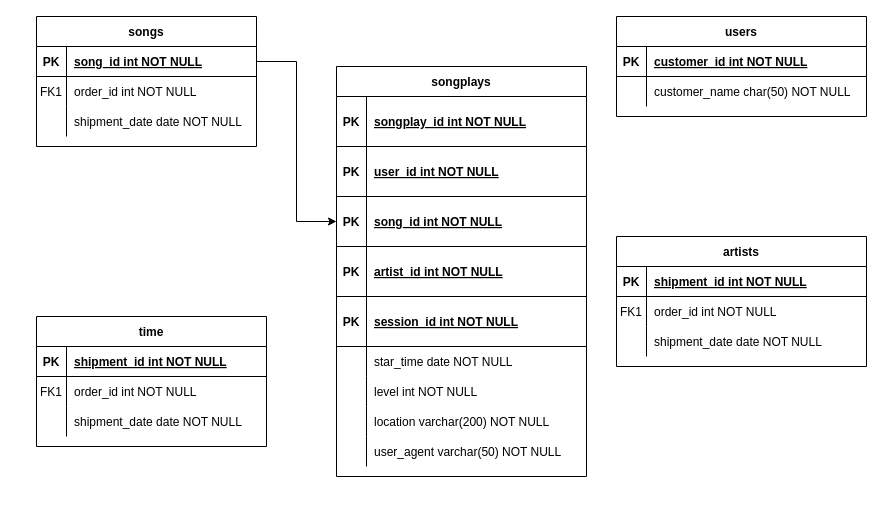
Earlier version of the draw.io diagram Proyecto_Song_Play.drawio (JoserCasachahua/Proyecto_01). Source tidied: cells renumbered, new cells numbered last; positions are measured from the earlier drawing's top-left corner, leaving out a move shared by most shapes. Both pictures are drawn from the tidied source at 100%, with x=0, y=0 at pixel (36, 16).
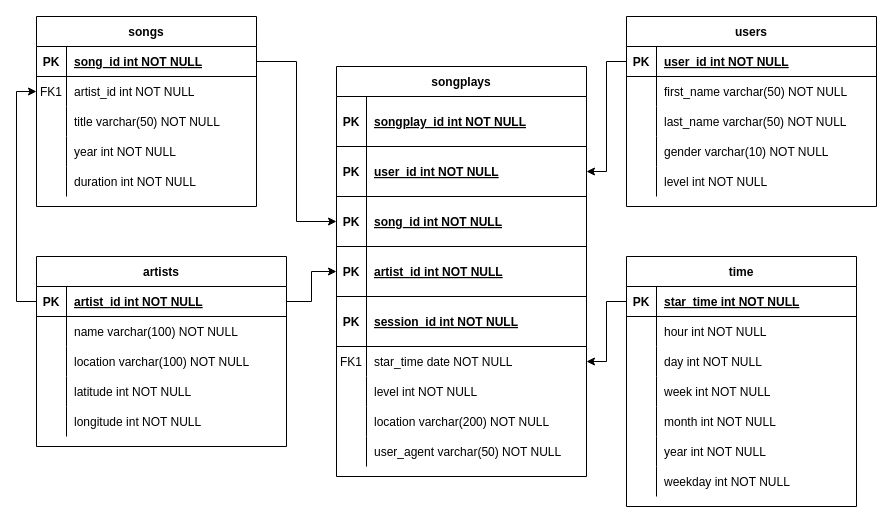
Above is the later version.

The change refers to these unchanged cells:
```xml
<mxCell id="6" style="shape=partialRectangle;fillColor=none;points=[[0,0.5],[1,0.5]];portConstraint=eastwest;top=0;left=0;right=0;bottom=1;" parent="2" vertex="1">
  <mxGeometry y="80" width="250" height="50" as="geometry" />
</mxCell>
<mxCell id="12" style="shape=partialRectangle;fillColor=none;points=[[0,0.5],[1,0.5]];portConstraint=eastwest;top=0;left=0;right=0;bottom=1;" parent="2" vertex="1">
  <mxGeometry y="180" width="250" height="50" as="geometry" />
</mxCell>
<mxCell id="18" style="shape=partialRectangle;fillColor=none;points=[[0,0.5],[1,0.5]];portConstraint=eastwest;top=0;left=0;right=0;bottom=0;" parent="2" vertex="1">
  <mxGeometry y="280" width="250" height="30" as="geometry" />
</mxCell>
<mxCell id="34" style="shape=partialRectangle;fillColor=none;points=[[0,0.5],[1,0.5]];portConstraint=eastwest;top=0;left=0;right=0;bottom=0;" parent="30" vertex="1">
  <mxGeometry y="60" width="220" height="30" as="geometry" />
</mxCell>
<mxCell id="37" style="shape=partialRectangle;fillColor=none;top=0;left=0;right=0;bottom=0;" parent="30" vertex="1">
  <mxGeometry y="90" width="220" height="30" as="geometry" />
</mxCell>
<mxCell id="41" style="shape=partialRectangle;fillColor=none;points=[[0,0.5],[1,0.5]];portConstraint=eastwest;top=0;left=0;right=0;bottom=1;" parent="40" vertex="1">
  <mxGeometry y="30" width="250" height="30" as="geometry" />
</mxCell>
<mxCell id="44" style="shape=partialRectangle;fillColor=none;top=0;left=0;right=0;bottom=0;" parent="40" vertex="1">
  <mxGeometry y="60" width="250" height="30" as="geometry" />
</mxCell>
<mxCell id="48" style="shape=partialRectangle;fillColor=none;points=[[0,0.5],[1,0.5]];portConstraint=eastwest;top=0;left=0;right=0;bottom=1;" parent="47" vertex="1">
  <mxGeometry y="30" width="250" height="30" as="geometry" />
</mxCell>
<mxCell id="51" style="shape=partialRectangle;fillColor=none;top=0;left=0;right=0;bottom=0;" parent="47" vertex="1">
  <mxGeometry y="60" width="250" height="30" as="geometry" />
</mxCell>
<mxCell id="54" style="shape=partialRectangle;fillColor=none;top=0;left=0;right=0;bottom=0;" parent="47" vertex="1">
  <mxGeometry y="90" width="250" height="30" as="geometry" />
</mxCell>
<mxCell id="58" style="shape=partialRectangle;fillColor=none;points=[[0,0.5],[1,0.5]];portConstraint=eastwest;top=0;left=0;right=0;bottom=1;" parent="57" vertex="1">
  <mxGeometry y="30" width="230" height="30" as="geometry" />
</mxCell>
<mxCell id="61" style="shape=partialRectangle;fillColor=none;top=0;left=0;right=0;bottom=0;" parent="57" vertex="1">
  <mxGeometry y="60" width="230" height="30" as="geometry" />
</mxCell>
<mxCell id="64" style="shape=partialRectangle;fillColor=none;top=0;left=0;right=0;bottom=0;" parent="57" vertex="1">
  <mxGeometry y="90" width="230" height="30" as="geometry" />
</mxCell>
```

What changed in the source:
```diff
@@
-    <mxCell id="19" style="shape=partialRectangle;overflow=hidden;fillColor=none;top=0;left=0;bottom=0;right=0;" parent="18" vertex="1">
+    <mxCell id="19" value="FK1" style="shape=partialRectangle;overflow=hidden;fillColor=none;top=0;left=0;bottom=0;right=0;" parent="18" vertex="1">
       <mxGeometry width="30" height="30" as="geometry" />
     </mxCell>
@@
     <mxCell id="30" value="songs" style="shape=table;startSize=30;childLayout=tableLayout;rowLines=0;fontStyle=1;align=center;" parent="1" vertex="1">
-      <mxGeometry width="220" height="130" as="geometry" />
+      <mxGeometry width="220" height="190" as="geometry" />
     </mxCell>
@@
-    <mxCell id="36" value="order_id int NOT NULL" style="shape=partialRectangle;overflow=hidden;fillColor=none;top=0;left=0;bottom=0;right=0;align=left;spacingLeft=6;" parent="34" vertex="1">
+    <mxCell id="36" value="artist_id int NOT NULL" style="shape=partialRectangle;overflow=hidden;fillColor=none;top=0;left=0;bottom=0;right=0;align=left;spacingLeft=6;" parent="34" vertex="1">
       <mxGeometry x="30" width="190" height="30" as="geometry" />
     </mxCell>
@@
-    <mxCell id="39" value="shipment_date date NOT NULL" style="shape=partialRectangle;overflow=hidden;fillColor=none;top=0;left=0;bottom=0;right=0;align=left;spacingLeft=6;" parent="37" vertex="1">
+    <mxCell id="39" value="title varchar(50) NOT NULL" style="shape=partialRectangle;overflow=hidden;fillColor=none;top=0;left=0;bottom=0;right=0;align=left;spacingLeft=6;" parent="37" vertex="1">
       <mxGeometry x="30" width="190" height="30" as="geometry" />
     </mxCell>
+    <mxCell id="68" style="shape=partialRectangle;fillColor=none;top=0;left=0;right=0;bottom=0;" parent="30" vertex="1">
+      <mxGeometry y="120" width="220" height="30" as="geometry" />
+    </mxCell>
+    <mxCell id="69" style="shape=partialRectangle;overflow=hidden;fillColor=none;top=0;left=0;bottom=0;right=0;" parent="68" vertex="1">
+      <mxGeometry width="30" height="30" as="geometry" />
+    </mxCell>
+    <mxCell id="70" value="year int NOT NULL" style="shape=partialRectangle;overflow=hidden;fillColor=none;top=0;left=0;bottom=0;right=0;align=left;spacingLeft=6;" parent="68" vertex="1">
+      <mxGeometry x="30" width="190" height="30" as="geometry" />
+    </mxCell>
+    <mxCell id="71" style="shape=partialRectangle;fillColor=none;top=0;left=0;right=0;bottom=0;" parent="30" vertex="1">
+      <mxGeometry y="150" width="220" height="30" as="geometry" />
+    </mxCell>
+    <mxCell id="72" style="shape=partialRectangle;overflow=hidden;fillColor=none;top=0;left=0;bottom=0;right=0;" parent="71" vertex="1">
+      <mxGeometry width="30" height="30" as="geometry" />
+    </mxCell>
+    <mxCell id="73" value="duration int NOT NULL" style="shape=partialRectangle;overflow=hidden;fillColor=none;top=0;left=0;bottom=0;right=0;align=left;spacingLeft=6;" parent="71" vertex="1">
+      <mxGeometry x="30" width="190" height="30" as="geometry" />
+    </mxCell>
     <mxCell id="40" value="users" style="shape=table;startSize=30;childLayout=tableLayout;rowLines=0;fontStyle=1;align=center;" parent="1" vertex="1">
-      <mxGeometry x="580" width="250" height="100" as="geometry" />
+      <mxGeometry x="590" width="250" height="190" as="geometry" />
     </mxCell>
@@
-    <mxCell id="43" value="customer_id int NOT NULL " style="shape=partialRectangle;overflow=hidden;fillColor=none;top=0;left=0;bottom=0;right=0;align=left;spacingLeft=6;fontStyle=5;" parent="41" vertex="1">
+    <mxCell id="43" value="user_id int NOT NULL " style="shape=partialRectangle;overflow=hidden;fillColor=none;top=0;left=0;bottom=0;right=0;align=left;spacingLeft=6;fontStyle=5;" parent="41" vertex="1">
       <mxGeometry x="30" width="220" height="30" as="geometry" />
     </mxCell>
@@
-    <mxCell id="46" value="customer_name char(50) NOT NULL" style="shape=partialRectangle;overflow=hidden;fillColor=none;top=0;left=0;bottom=0;right=0;align=left;spacingLeft=6;" parent="44" vertex="1">
+    <mxCell id="46" value="first_name varchar(50) NOT NULL" style="shape=partialRectangle;overflow=hidden;fillColor=none;top=0;left=0;bottom=0;right=0;align=left;spacingLeft=6;" parent="44" vertex="1">
       <mxGeometry x="30" width="220" height="30" as="geometry" />
     </mxCell>
+    <mxCell id="74" style="shape=partialRectangle;fillColor=none;top=0;left=0;right=0;bottom=0;" parent="40" vertex="1">
+      <mxGeometry y="90" width="250" height="30" as="geometry" />
+    </mxCell>
+    <mxCell id="75" style="shape=partialRectangle;overflow=hidden;fillColor=none;top=0;left=0;bottom=0;right=0;" parent="74" vertex="1">
+      <mxGeometry width="30" height="30" as="geometry" />
+    </mxCell>
+    <mxCell id="76" value="last_name varchar(50) NOT NULL" style="shape=partialRectangle;overflow=hidden;fillColor=none;top=0;left=0;bottom=0;right=0;align=left;spacingLeft=6;" parent="74" vertex="1">
+      <mxGeometry x="30" width="220" height="30" as="geometry" />
+    </mxCell>
+    <mxCell id="77" style="shape=partialRectangle;fillColor=none;top=0;left=0;right=0;bottom=0;" parent="40" vertex="1">
+      <mxGeometry y="120" width="250" height="30" as="geometry" />
+    </mxCell>
+    <mxCell id="78" style="shape=partialRectangle;overflow=hidden;fillColor=none;top=0;left=0;bottom=0;right=0;" parent="77" vertex="1">
+      <mxGeometry width="30" height="30" as="geometry" />
+    </mxCell>
+    <mxCell id="79" value="gender varchar(10) NOT NULL" style="shape=partialRectangle;overflow=hidden;fillColor=none;top=0;left=0;bottom=0;right=0;align=left;spacingLeft=6;" parent="77" vertex="1">
+      <mxGeometry x="30" width="220" height="30" as="geometry" />
+    </mxCell>
+    <mxCell id="80" style="shape=partialRectangle;fillColor=none;top=0;left=0;right=0;bottom=0;" parent="40" vertex="1">
+      <mxGeometry y="150" width="250" height="30" as="geometry" />
+    </mxCell>
+    <mxCell id="81" style="shape=partialRectangle;overflow=hidden;fillColor=none;top=0;left=0;bottom=0;right=0;" parent="80" vertex="1">
+      <mxGeometry width="30" height="30" as="geometry" />
+    </mxCell>
+    <mxCell id="82" value="level int NOT NULL" style="shape=partialRectangle;overflow=hidden;fillColor=none;top=0;left=0;bottom=0;right=0;align=left;spacingLeft=6;" parent="80" vertex="1">
+      <mxGeometry x="30" width="220" height="30" as="geometry" />
+    </mxCell>
     <mxCell id="47" value="artists" style="shape=table;startSize=30;childLayout=tableLayout;rowLines=0;fontStyle=1;align=center;" parent="1" vertex="1">
-      <mxGeometry x="580" y="220" width="250" height="130" as="geometry" />
+      <mxGeometry y="240" width="250" height="190" as="geometry" />
     </mxCell>
@@
-    <mxCell id="50" value="shipment_id int NOT NULL " style="shape=partialRectangle;overflow=hidden;fillColor=none;top=0;left=0;bottom=0;right=0;align=left;spacingLeft=6;fontStyle=5;" parent="48" vertex="1">
+    <mxCell id="50" value="artist_id int NOT NULL " style="shape=partialRectangle;overflow=hidden;fillColor=none;top=0;left=0;bottom=0;right=0;align=left;spacingLeft=6;fontStyle=5;" parent="48" vertex="1">
       <mxGeometry x="30" width="220" height="30" as="geometry" />
     </mxCell>
@@
-    <mxCell id="52" value="FK1" style="shape=partialRectangle;overflow=hidden;fillColor=none;top=0;left=0;bottom=0;right=0;" parent="51" vertex="1">
+    <mxCell id="52" style="shape=partialRectangle;overflow=hidden;fillColor=none;top=0;left=0;bottom=0;right=0;" parent="51" vertex="1">
       <mxGeometry width="30" height="30" as="geometry" />
     </mxCell>
-    <mxCell id="53" value="order_id int NOT NULL" style="shape=partialRectangle;overflow=hidden;fillColor=none;top=0;left=0;bottom=0;right=0;align=left;spacingLeft=6;" parent="51" vertex="1">
+    <mxCell id="53" value="name varchar(100) NOT NULL" style="shape=partialRectangle;overflow=hidden;fillColor=none;top=0;left=0;bottom=0;right=0;align=left;spacingLeft=6;" parent="51" vertex="1">
       <mxGeometry x="30" width="220" height="30" as="geometry" />
     </mxCell>
@@
-    <mxCell id="56" value="shipment_date date NOT NULL" style="shape=partialRectangle;overflow=hidden;fillColor=none;top=0;left=0;bottom=0;right=0;align=left;spacingLeft=6;" parent="54" vertex="1">
+    <mxCell id="56" value="location varchar(100) NOT NULL" style="shape=partialRectangle;overflow=hidden;fillColor=none;top=0;left=0;bottom=0;right=0;align=left;spacingLeft=6;" parent="54" vertex="1">
       <mxGeometry x="30" width="220" height="30" as="geometry" />
     </mxCell>
+    <mxCell id="83" style="shape=partialRectangle;fillColor=none;top=0;left=0;right=0;bottom=0;" parent="47" vertex="1">
+      <mxGeometry y="120" width="250" height="30" as="geometry" />
+    </mxCell>
+    <mxCell id="84" style="shape=partialRectangle;overflow=hidden;fillColor=none;top=0;left=0;bottom=0;right=0;" parent="83" vertex="1">
+      <mxGeometry width="30" height="30" as="geometry" />
+    </mxCell>
+    <mxCell id="85" value="latitude int NOT NULL" style="shape=partialRectangle;overflow=hidden;fillColor=none;top=0;left=0;bottom=0;right=0;align=left;spacingLeft=6;" parent="83" vertex="1">
+      <mxGeometry x="30" width="220" height="30" as="geometry" />
+    </mxCell>
+    <mxCell id="86" style="shape=partialRectangle;fillColor=none;top=0;left=0;right=0;bottom=0;" parent="47" vertex="1">
+      <mxGeometry y="150" width="250" height="30" as="geometry" />
+    </mxCell>
+    <mxCell id="87" style="shape=partialRectangle;overflow=hidden;fillColor=none;top=0;left=0;bottom=0;right=0;" parent="86" vertex="1">
+      <mxGeometry width="30" height="30" as="geometry" />
+    </mxCell>
+    <mxCell id="88" value="longitude int NOT NULL" style="shape=partialRectangle;overflow=hidden;fillColor=none;top=0;left=0;bottom=0;right=0;align=left;spacingLeft=6;" parent="86" vertex="1">
+      <mxGeometry x="30" width="220" height="30" as="geometry" />
+    </mxCell>
     <mxCell id="57" value="time" style="shape=table;startSize=30;childLayout=tableLayout;rowLines=0;fontStyle=1;align=center;" parent="1" vertex="1">
-      <mxGeometry y="300" width="230" height="130" as="geometry" />
+      <mxGeometry x="590" y="240" width="230" height="250" as="geometry" />
     </mxCell>
@@
-    <mxCell id="60" value="shipment_id int NOT NULL " style="shape=partialRectangle;overflow=hidden;fillColor=none;top=0;left=0;bottom=0;right=0;align=left;spacingLeft=6;fontStyle=5;" parent="58" vertex="1">
+    <mxCell id="60" value="star_time int NOT NULL " style="shape=partialRectangle;overflow=hidden;fillColor=none;top=0;left=0;bottom=0;right=0;align=left;spacingLeft=6;fontStyle=5;" parent="58" vertex="1">
       <mxGeometry x="30" width="200" height="30" as="geometry" />
     </mxCell>
@@
-    <mxCell id="62" value="FK1" style="shape=partialRectangle;overflow=hidden;fillColor=none;top=0;left=0;bottom=0;right=0;" parent="61" vertex="1">
+    <mxCell id="62" style="shape=partialRectangle;overflow=hidden;fillColor=none;top=0;left=0;bottom=0;right=0;" parent="61" vertex="1">
       <mxGeometry width="30" height="30" as="geometry" />
     </mxCell>
-    <mxCell id="63" value="order_id int NOT NULL" style="shape=partialRectangle;overflow=hidden;fillColor=none;top=0;left=0;bottom=0;right=0;align=left;spacingLeft=6;" parent="61" vertex="1">
+    <mxCell id="63" value="hour int NOT NULL" style="shape=partialRectangle;overflow=hidden;fillColor=none;top=0;left=0;bottom=0;right=0;align=left;spacingLeft=6;" parent="61" vertex="1">
       <mxGeometry x="30" width="200" height="30" as="geometry" />
     </mxCell>
@@
-    <mxCell id="66" value="shipment_date date NOT NULL" style="shape=partialRectangle;overflow=hidden;fillColor=none;top=0;left=0;bottom=0;right=0;align=left;spacingLeft=6;" parent="64" vertex="1">
+    <mxCell id="66" value="day int NOT NULL" style="shape=partialRectangle;overflow=hidden;fillColor=none;top=0;left=0;bottom=0;right=0;align=left;spacingLeft=6;" parent="64" vertex="1">
       <mxGeometry x="30" width="200" height="30" as="geometry" />
     </mxCell>
+    <mxCell id="89" style="shape=partialRectangle;fillColor=none;top=0;left=0;right=0;bottom=0;" parent="57" vertex="1">
+      <mxGeometry y="120" width="230" height="30" as="geometry" />
+    </mxCell>
+    <mxCell id="90" style="shape=partialRectangle;overflow=hidden;fillColor=none;top=0;left=0;bottom=0;right=0;" parent="89" vertex="1">
+      <mxGeometry width="30" height="30" as="geometry" />
+    </mxCell>
+    <mxCell id="91" value="week int NOT NULL" style="shape=partialRectangle;overflow=hidden;fillColor=none;top=0;left=0;bottom=0;right=0;align=left;spacingLeft=6;" parent="89" vertex="1">
+      <mxGeometry x="30" width="200" height="30" as="geometry" />
+    </mxCell>
+    <mxCell id="92" style="shape=partialRectangle;fillColor=none;top=0;left=0;right=0;bottom=0;" parent="57" vertex="1">
+      <mxGeometry y="150" width="230" height="30" as="geometry" />
+    </mxCell>
+    <mxCell id="93" style="shape=partialRectangle;overflow=hidden;fillColor=none;top=0;left=0;bottom=0;right=0;" parent="92" vertex="1">
+      <mxGeometry width="30" height="30" as="geometry" />
+    </mxCell>
+    <mxCell id="94" value="month int NOT NULL" style="shape=partialRectangle;overflow=hidden;fillColor=none;top=0;left=0;bottom=0;right=0;align=left;spacingLeft=6;" parent="92" vertex="1">
+      <mxGeometry x="30" width="200" height="30" as="geometry" />
+    </mxCell>
+    <mxCell id="95" style="shape=partialRectangle;fillColor=none;top=0;left=0;right=0;bottom=0;" parent="57" vertex="1">
+      <mxGeometry y="180" width="230" height="30" as="geometry" />
+    </mxCell>
+    <mxCell id="96" style="shape=partialRectangle;overflow=hidden;fillColor=none;top=0;left=0;bottom=0;right=0;" parent="95" vertex="1">
+      <mxGeometry width="30" height="30" as="geometry" />
+    </mxCell>
+    <mxCell id="97" value="year int NOT NULL" style="shape=partialRectangle;overflow=hidden;fillColor=none;top=0;left=0;bottom=0;right=0;align=left;spacingLeft=6;" parent="95" vertex="1">
+      <mxGeometry x="30" width="200" height="30" as="geometry" />
+    </mxCell>
+    <mxCell id="98" style="shape=partialRectangle;fillColor=none;top=0;left=0;right=0;bottom=0;" parent="57" vertex="1">
+      <mxGeometry y="210" width="230" height="30" as="geometry" />
+    </mxCell>
+    <mxCell id="99" style="shape=partialRectangle;overflow=hidden;fillColor=none;top=0;left=0;bottom=0;right=0;" parent="98" vertex="1">
+      <mxGeometry width="30" height="30" as="geometry" />
+    </mxCell>
+    <mxCell id="100" value="weekday int NOT NULL" style="shape=partialRectangle;overflow=hidden;fillColor=none;top=0;left=0;bottom=0;right=0;align=left;spacingLeft=6;" parent="98" vertex="1">
+      <mxGeometry x="30" width="200" height="30" as="geometry" />
+    </mxCell>
@@
+    <mxCell id="101" style="edgeStyle=orthogonalEdgeStyle;rounded=0;jettySize=auto;html=1;exitX=1;exitY=0.5;exitDx=0;exitDy=0;" parent="1" edge="1" source="48" target="12">
+      <mxGeometry relative="1" as="geometry" />
+    </mxCell>
+    <mxCell id="102" style="edgeStyle=orthogonalEdgeStyle;rounded=0;jettySize=auto;html=1;exitX=0;exitY=0.5;exitDx=0;exitDy=0;entryX=0;entryY=0.5;entryDx=0;entryDy=0;" parent="1" edge="1" source="48" target="34">
+      <mxGeometry relative="1" as="geometry" />
+    </mxCell>
+    <mxCell id="103" style="edgeStyle=orthogonalEdgeStyle;rounded=0;jettySize=auto;html=1;exitX=0;exitY=0.5;exitDx=0;exitDy=0;entryX=1;entryY=0.5;entryDx=0;entryDy=0;" parent="1" edge="1" source="41" target="6">
+      <mxGeometry relative="1" as="geometry" />
+    </mxCell>
+    <mxCell id="104" style="edgeStyle=orthogonalEdgeStyle;rounded=0;jettySize=auto;html=1;exitX=0;exitY=0.5;exitDx=0;exitDy=0;" parent="1" edge="1" source="58" target="18">
+      <mxGeometry relative="1" as="geometry" />
+    </mxCell>
```
